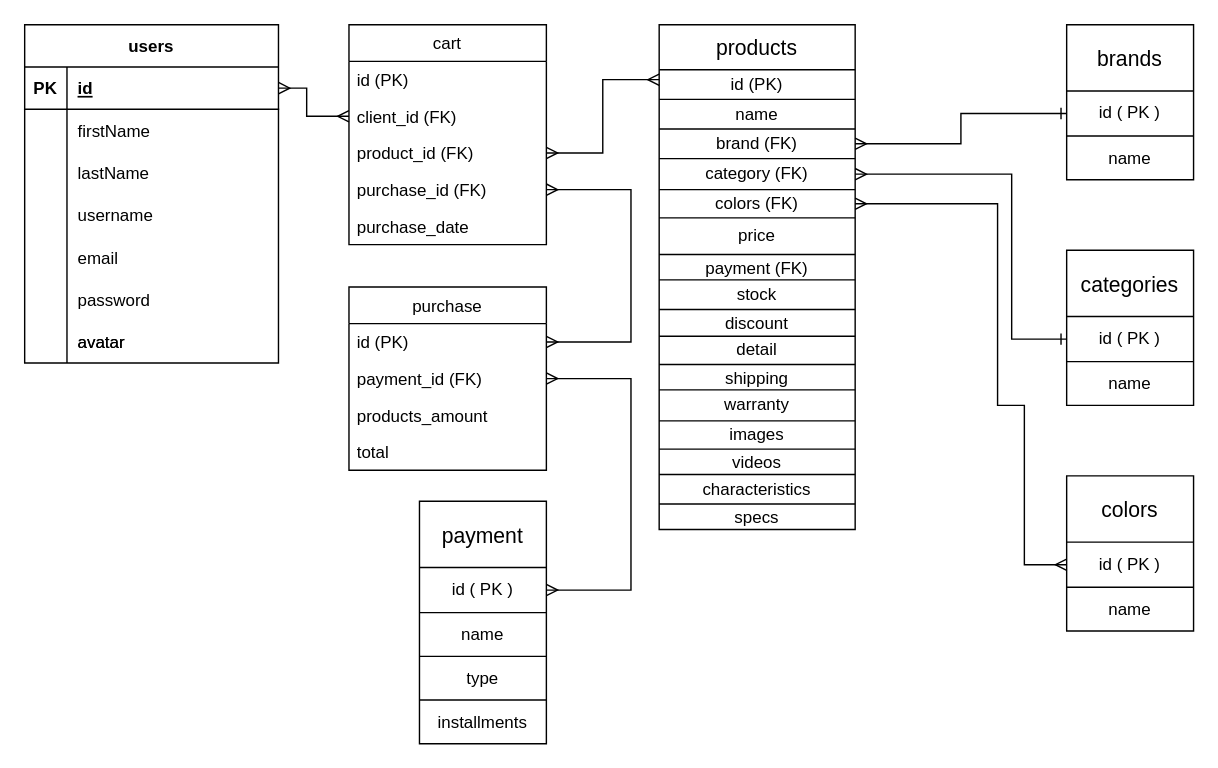
teosordo/grupo_3_mat keeps this draw.io diagram as db_diagrams/db_diagram.drawio. Above is the earlier version. Source tidied: cells renumbered, new cells numbered last; positions are measured from the earlier drawing's top-left corner, leaving out a move shared by most shapes. Both pictures are drawn from the tidied source at 141%, with x=0, y=0 at pixel (24, 24).
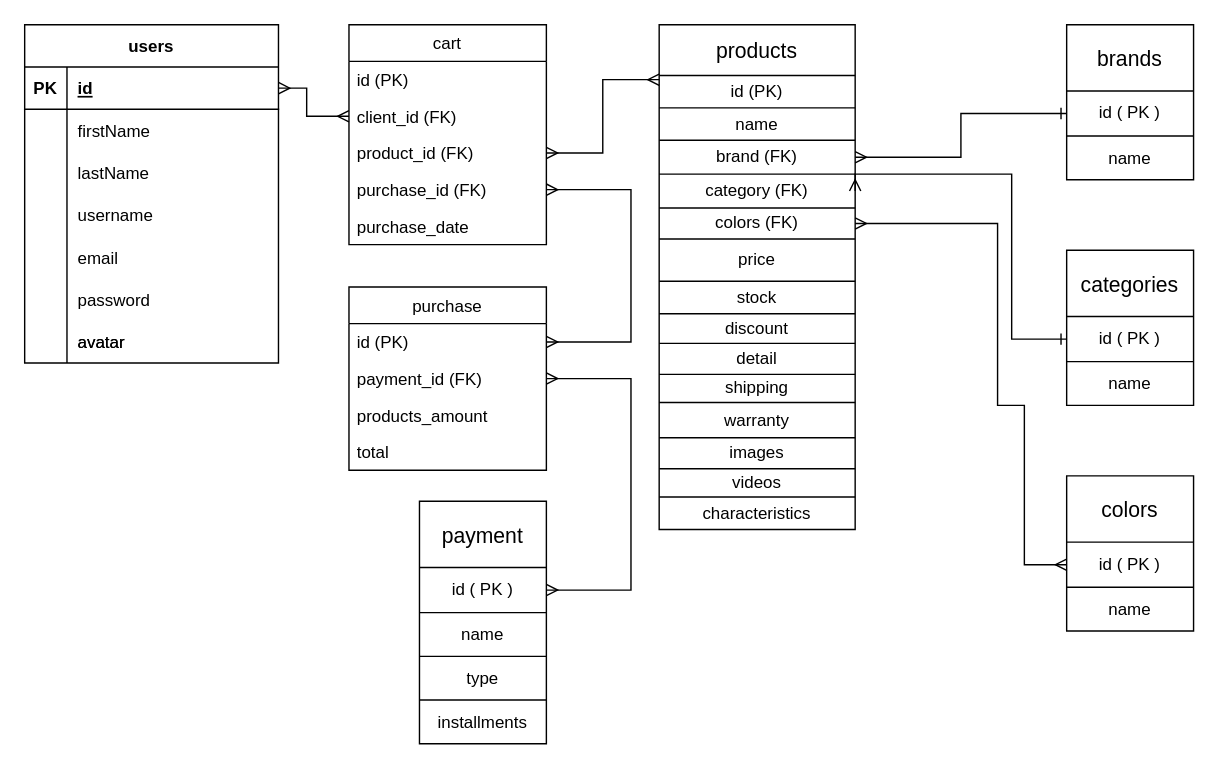
The same diagram, later.

The change refers to these unchanged cells:
```xml
<mxCell id="24" style="shape=table;startSize=0;childLayout=tableLayout;perimeterSpacing=0;strokeWidth=1;" parent="1" vertex="1">
  <mxGeometry x="450" width="139" height="358" as="geometry" />
</mxCell>
<mxCell id="78" style="shape=partialRectangle;fillColor=none;top=0;left=0;bottom=0;right=0;points=[[0,0.5],[1,0.5]];portConstraint=eastwest;" parent="75" vertex="1">
  <mxGeometry y="47" width="90" height="32" as="geometry" />
</mxCell>
```

The edit, as a diff of the source:
```diff
@@
     <mxCell id="25" style="shape=partialRectangle;fillColor=none;top=0;left=0;bottom=0;right=0;" parent="24" vertex="1">
-      <mxGeometry width="139" height="32" as="geometry" />
+      <mxGeometry width="139" height="36" as="geometry" />
     </mxCell>
     <mxCell id="26" value="&lt;span style=&quot;font-size: 15px&quot;&gt;products&lt;/span&gt;" style="shape=partialRectangle;html=1;whiteSpace=wrap;overflow=hidden;fillColor=none;top=0;left=0;bottom=0;right=0;" parent="25" vertex="1">
-      <mxGeometry width="139" height="32" as="geometry" />
+      <mxGeometry width="139" height="36" as="geometry" />
     </mxCell>
     <mxCell id="27" style="shape=partialRectangle;fillColor=none;top=0;left=0;bottom=0;right=0;" parent="24" vertex="1">
-      <mxGeometry y="32" width="139" height="21" as="geometry" />
+      <mxGeometry y="36" width="139" height="23" as="geometry" />
     </mxCell>
     <mxCell id="28" value="id (PK)" style="shape=partialRectangle;html=1;whiteSpace=wrap;overflow=hidden;fillColor=none;top=0;left=0;bottom=0;right=0;" parent="27" vertex="1">
-      <mxGeometry width="139" height="21" as="geometry" />
+      <mxGeometry width="139" height="23" as="geometry" />
     </mxCell>
     <mxCell id="29" style="shape=partialRectangle;fillColor=none;top=0;left=0;bottom=0;right=0;" parent="24" vertex="1">
-      <mxGeometry y="53" width="139" height="21" as="geometry" />
+      <mxGeometry y="59" width="139" height="23" as="geometry" />
     </mxCell>
     <mxCell id="30" value="name" style="shape=partialRectangle;html=1;whiteSpace=wrap;overflow=hidden;fillColor=none;top=0;left=0;bottom=0;right=0;" parent="29" vertex="1">
-      <mxGeometry width="139" height="21" as="geometry" />
+      <mxGeometry width="139" height="23" as="geometry" />
     </mxCell>
     <mxCell id="31" style="shape=partialRectangle;fillColor=none;top=0;left=0;bottom=0;right=0;points=[[0,0.5],[1,0.5]];portConstraint=eastwest;" parent="24" vertex="1">
-      <mxGeometry y="74" width="139" height="21" as="geometry" />
+      <mxGeometry y="82" width="139" height="24" as="geometry" />
     </mxCell>
     <mxCell id="32" value="brand (FK)" style="shape=partialRectangle;html=1;whiteSpace=wrap;overflow=hidden;fillColor=none;top=0;left=0;bottom=0;right=0;" parent="31" vertex="1">
-      <mxGeometry width="139" height="21" as="geometry" />
+      <mxGeometry width="139" height="24" as="geometry" />
     </mxCell>
     <mxCell id="33" style="shape=partialRectangle;fillColor=none;top=0;left=0;bottom=0;right=0;points=[[0,0.5],[1,0.5]];portConstraint=eastwest;" parent="24" vertex="1">
-      <mxGeometry y="95" width="139" height="22" as="geometry" />
+      <mxGeometry y="106" width="139" height="24" as="geometry" />
     </mxCell>
     <mxCell id="34" value="category (FK)" style="shape=partialRectangle;html=1;whiteSpace=wrap;overflow=hidden;fillColor=none;top=0;left=0;bottom=0;right=0;" parent="33" vertex="1">
-      <mxGeometry width="139" height="22" as="geometry" />
+      <mxGeometry width="139" height="24" as="geometry" />
     </mxCell>
     <mxCell id="35" style="shape=partialRectangle;fillColor=none;top=0;left=0;bottom=0;right=0;points=[[0,0.5],[1,0.5]];portConstraint=eastwest;" parent="24" vertex="1">
-      <mxGeometry y="117" width="139" height="20" as="geometry" />
+      <mxGeometry y="130" width="139" height="22" as="geometry" />
     </mxCell>
     <mxCell id="36" value="colors (FK)" style="shape=partialRectangle;html=1;whiteSpace=wrap;overflow=hidden;fillColor=none;top=0;left=0;bottom=0;right=0;" parent="35" vertex="1">
-      <mxGeometry width="139" height="20" as="geometry" />
+      <mxGeometry width="139" height="22" as="geometry" />
     </mxCell>
     <mxCell id="37" style="shape=partialRectangle;fillColor=none;top=0;left=0;bottom=0;right=0;" parent="24" vertex="1">
-      <mxGeometry y="137" width="139" height="26" as="geometry" />
+      <mxGeometry y="152" width="139" height="30" as="geometry" />
     </mxCell>
     <mxCell id="38" value="price" style="shape=partialRectangle;html=1;whiteSpace=wrap;overflow=hidden;fillColor=none;top=0;left=0;bottom=0;right=0;" parent="37" vertex="1">
-      <mxGeometry width="139" height="26" as="geometry" />
+      <mxGeometry width="139" height="30" as="geometry" />
     </mxCell>
-    <mxCell id="39" style="shape=partialRectangle;fillColor=none;top=0;left=0;bottom=0;right=0;" parent="24" vertex="1">
-      <mxGeometry y="163" width="139" height="18" as="geometry" />
-    </mxCell>
-    <mxCell id="40" value="payment (FK)" style="shape=partialRectangle;html=1;whiteSpace=wrap;overflow=hidden;fillColor=none;top=0;left=0;bottom=0;right=0;" parent="39" vertex="1">
-      <mxGeometry width="139" height="18" as="geometry" />
-    </mxCell>
     <mxCell id="41" style="shape=partialRectangle;fillColor=none;top=0;left=0;bottom=0;right=0;" parent="24" vertex="1">
-      <mxGeometry y="181" width="139" height="21" as="geometry" />
+      <mxGeometry y="182" width="139" height="23" as="geometry" />
     </mxCell>
     <mxCell id="42" value="stock" style="shape=partialRectangle;html=1;whiteSpace=wrap;overflow=hidden;fillColor=none;top=0;left=0;bottom=0;right=0;" parent="41" vertex="1">
-      <mxGeometry width="139" height="21" as="geometry" />
+      <mxGeometry width="139" height="23" as="geometry" />
     </mxCell>
     <mxCell id="43" style="shape=partialRectangle;fillColor=none;top=0;left=0;bottom=0;right=0;" parent="24" vertex="1">
-      <mxGeometry y="202" width="139" height="19" as="geometry" />
+      <mxGeometry y="205" width="139" height="21" as="geometry" />
     </mxCell>
     <mxCell id="44" value="discount" style="shape=partialRectangle;html=1;whiteSpace=wrap;overflow=hidden;fillColor=none;top=0;left=0;bottom=0;right=0;" parent="43" vertex="1">
-      <mxGeometry width="139" height="19" as="geometry" />
+      <mxGeometry width="139" height="21" as="geometry" />
     </mxCell>
     <mxCell id="45" style="shape=partialRectangle;fillColor=none;top=0;left=0;bottom=0;right=0;" parent="24" vertex="1">
-      <mxGeometry y="221" width="139" height="20" as="geometry" />
+      <mxGeometry y="226" width="139" height="22" as="geometry" />
     </mxCell>
     <mxCell id="46" value="detail" style="shape=partialRectangle;html=1;whiteSpace=wrap;overflow=hidden;fillColor=none;top=0;left=0;bottom=0;right=0;" parent="45" vertex="1">
-      <mxGeometry width="139" height="20" as="geometry" />
+      <mxGeometry width="139" height="22" as="geometry" />
     </mxCell>
     <mxCell id="47" style="shape=partialRectangle;fillColor=none;top=0;left=0;bottom=0;right=0;" parent="24" vertex="1">
-      <mxGeometry y="241" width="139" height="18" as="geometry" />
+      <mxGeometry y="248" width="139" height="20" as="geometry" />
     </mxCell>
     <mxCell id="48" value="shipping" style="shape=partialRectangle;html=1;whiteSpace=wrap;overflow=hidden;fillColor=none;top=0;left=0;bottom=0;right=0;" parent="47" vertex="1">
-      <mxGeometry width="139" height="18" as="geometry" />
+      <mxGeometry width="139" height="20" as="geometry" />
     </mxCell>
     <mxCell id="49" style="shape=partialRectangle;fillColor=none;top=0;left=0;bottom=0;right=0;" parent="24" vertex="1">
-      <mxGeometry y="259" width="139" height="22" as="geometry" />
+      <mxGeometry y="268" width="139" height="25" as="geometry" />
     </mxCell>
     <mxCell id="50" value="warranty" style="shape=partialRectangle;html=1;whiteSpace=wrap;overflow=hidden;fillColor=none;top=0;left=0;bottom=0;right=0;" parent="49" vertex="1">
-      <mxGeometry width="139" height="22" as="geometry" />
+      <mxGeometry width="139" height="25" as="geometry" />
     </mxCell>
     <mxCell id="51" style="shape=partialRectangle;fillColor=none;top=0;left=0;bottom=0;right=0;" parent="24" vertex="1">
-      <mxGeometry y="281" width="139" height="20" as="geometry" />
+      <mxGeometry y="293" width="139" height="22" as="geometry" />
     </mxCell>
     <mxCell id="52" value="images" style="shape=partialRectangle;html=1;whiteSpace=wrap;overflow=hidden;fillColor=none;top=0;left=0;bottom=0;right=0;" parent="51" vertex="1">
-      <mxGeometry width="139" height="20" as="geometry" />
+      <mxGeometry width="139" height="22" as="geometry" />
     </mxCell>
     <mxCell id="53" style="shape=partialRectangle;fillColor=none;top=0;left=0;bottom=0;right=0;" parent="24" vertex="1">
-      <mxGeometry y="301" width="139" height="18" as="geometry" />
+      <mxGeometry y="315" width="139" height="20" as="geometry" />
     </mxCell>
     <mxCell id="54" value="videos" style="shape=partialRectangle;html=1;whiteSpace=wrap;overflow=hidden;fillColor=none;top=0;left=0;bottom=0;right=0;" parent="53" vertex="1">
-      <mxGeometry width="139" height="18" as="geometry" />
+      <mxGeometry width="139" height="20" as="geometry" />
     </mxCell>
     <mxCell id="55" style="shape=partialRectangle;fillColor=none;top=0;left=0;bottom=0;right=0;" parent="24" vertex="1">
-      <mxGeometry y="319" width="139" height="21" as="geometry" />
+      <mxGeometry y="335" width="139" height="23" as="geometry" />
     </mxCell>
     <mxCell id="56" value="characteristics" style="shape=partialRectangle;html=1;whiteSpace=wrap;overflow=hidden;fillColor=none;top=0;left=0;bottom=0;right=0;" parent="55" vertex="1">
-      <mxGeometry width="139" height="21" as="geometry" />
+      <mxGeometry width="139" height="23" as="geometry" />
     </mxCell>
-    <mxCell id="57" style="shape=partialRectangle;fillColor=none;top=0;left=0;bottom=0;right=0;" parent="24" vertex="1">
-      <mxGeometry y="340" width="139" height="18" as="geometry" />
-    </mxCell>
-    <mxCell id="58" value="specs" style="shape=partialRectangle;html=1;whiteSpace=wrap;overflow=hidden;fillColor=none;top=0;left=0;bottom=0;right=0;" parent="57" vertex="1">
-      <mxGeometry width="139" height="18" as="geometry" />
-    </mxCell>
@@
     <mxCell id="84" style="rounded=0;jettySize=auto;html=1;exitX=1;exitY=0.5;exitDx=0;exitDy=0;entryX=0;entryY=0.5;entryDx=0;entryDy=0;startArrow=ERmany;startFill=0;endArrow=ERmany;endFill=0;" parent="1" edge="1" source="35" target="78">
       <mxGeometry relative="1" as="geometry">
         <Array as="points">
-          <mxPoint x="690" y="127" />
+          <mxPoint x="690" y="141" />
           <mxPoint x="690" y="200" />
           <mxPoint x="690" y="270" />
           <mxPoint x="709" y="270" />
           <mxPoint x="709" y="383" />
         </Array>
       </mxGeometry>
     </mxCell>
```
